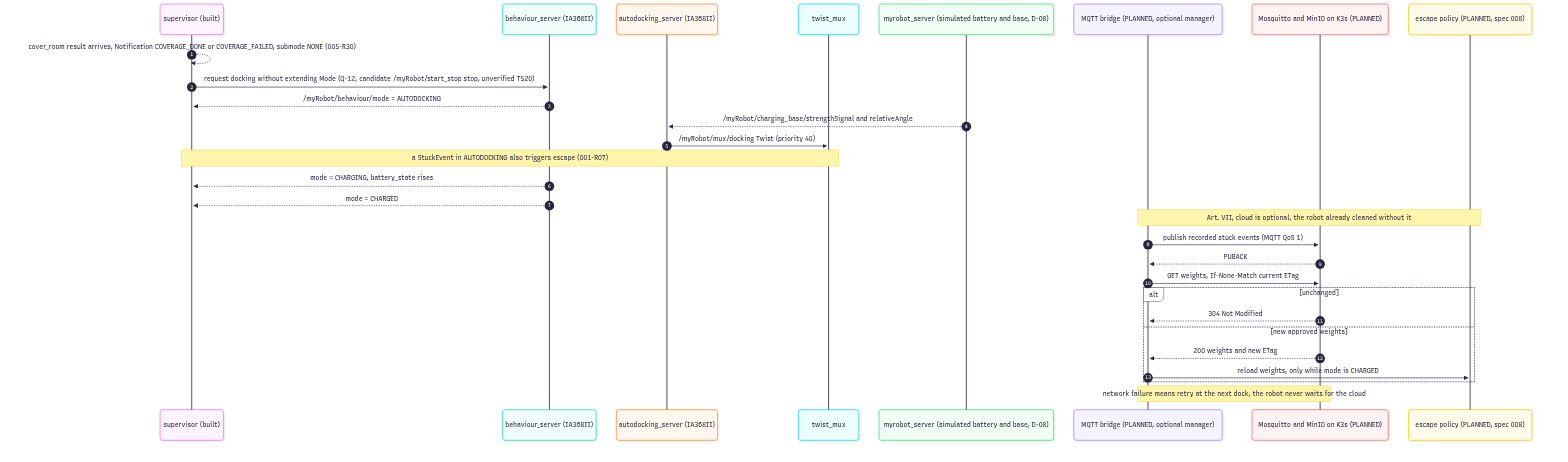
Rodolfodc/kuberostics keeps this Mermaid diagram as docs/diagrams/render/built-so-far-seq4-dock-sync.png. Above is the earlier version. Its source is kept beside it as docs/diagrams/built-so-far-seq4-dock-sync.mmd. Source of this version:
```mermaid
sequenceDiagram
  autonumber
  participant S as supervisor (built)
  participant B as behaviour_server (IA368II)
  participant A as autodocking_server (IA368II)
  participant M as twist_mux
  participant Y as myrobot_server (simulated battery and base, D-08)
  participant Q as MQTT bridge (PLANNED, optional manager)
  participant K as Mosquitto and MinIO on K3s (PLANNED)
  participant P as escape policy (PLANNED, spec 008)

  S-->>S: cover_room result arrives, Notification COVERAGE_DONE or COVERAGE_FAILED, submode NONE (005-R30)
  S->>B: request docking without extending Mode (Q-12, candidate /myRobot/start_stop stop, unverified T520)
  B-->>S: /myRobot/behaviour/mode = AUTODOCKING
  Y-->>A: /myRobot/charging_base/strengthSignal and relativeAngle
  A->>M: /myRobot/mux/docking Twist (priority 40)
  Note over S,M: a StuckEvent in AUTODOCKING also triggers escape (001-R07)
  B-->>S: mode = CHARGING, battery_state rises
  B-->>S: mode = CHARGED
  Note over Q,P: Art. VII, cloud is optional, the robot already cleaned without it
  Q->>K: publish recorded stuck events (MQTT QoS 1)
  K-->>Q: PUBACK
  Q->>K: GET weights, If-None-Match current ETag
  alt unchanged
    K-->>Q: 304 Not Modified
  else new approved weights
    K-->>Q: 200 weights and new ETag
    Q->>P: reload weights, only while mode is CHARGED
  end
  Note over Q,K: network failure means retry at the next dock, the robot never waits for the cloud
```
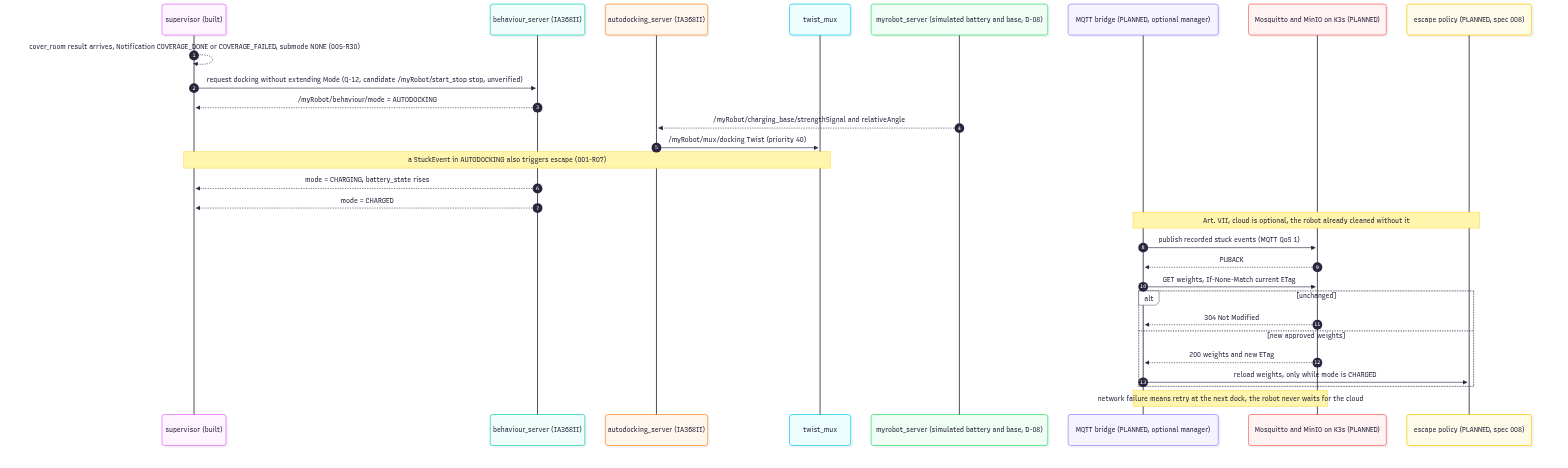
Later version of the same file.

The edit, as a diff of the source:
```diff
@@ -10,7 +10,7 @@
   participant P as escape policy (PLANNED, spec 008)
 
   S-->>S: cover_room result arrives, Notification COVERAGE_DONE or COVERAGE_FAILED, submode NONE (005-R30)
-  S->>B: request docking without extending Mode (Q-12, candidate /myRobot/start_stop stop, unverified T520)
+  S->>B: request docking without extending Mode (Q-12, candidate /myRobot/start_stop stop, unverified)
   B-->>S: /myRobot/behaviour/mode = AUTODOCKING
   Y-->>A: /myRobot/charging_base/strengthSignal and relativeAngle
   A->>M: /myRobot/mux/docking Twist (priority 40)
```
